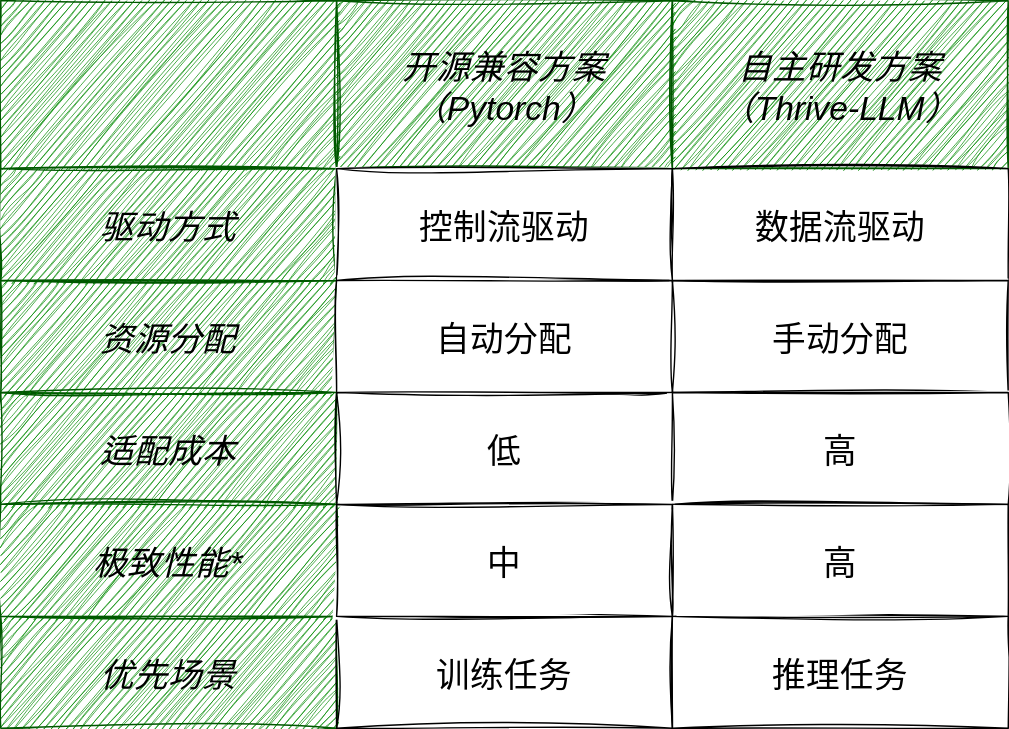
Above: doc/ai_sw_compatibility.drawio.svg in matchdiy/memo (draw.io), before the change. Source tidied: cells renumbered, new cells last; positions are measured from the earlier drawing's top-left corner, leaving out a move shared by most shapes.
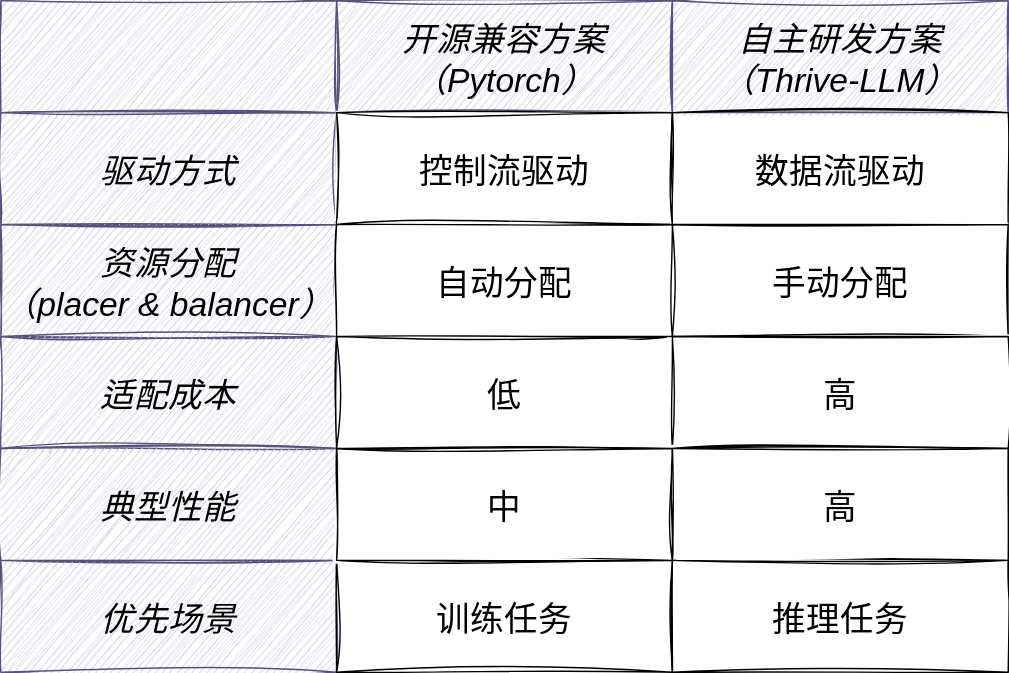
The same file after the commit.

Diff of the diagram source:
```diff
@@ -2,16 +2,16 @@
   <root>
     <mxCell id="0" />
     <mxCell id="1" parent="0" />
-    <mxCell id="2" style="rounded=0;fontSize=24;sketch=1;curveFitting=1;jiggle=2;fillColor=#008a00;fontColor=default;strokeColor=#005700;fontStyle=2;" parent="1" vertex="1">
-      <mxGeometry width="240" height="120" as="geometry" />
+    <mxCell id="2" style="rounded=0;fontSize=24;sketch=1;curveFitting=1;jiggle=2;fillColor=#d0cee2;strokeColor=#56517e;fontStyle=2;" parent="1" vertex="1">
+      <mxGeometry y="40" width="240" height="80" as="geometry" />
     </mxCell>
-    <mxCell id="3" value="开源兼容方案&#10;（Pytorch）" style="rounded=0;fontSize=24;sketch=1;curveFitting=1;jiggle=2;fillColor=#008a00;fontColor=default;strokeColor=#005700;fontStyle=2;" parent="1" vertex="1">
-      <mxGeometry x="240" width="240" height="120" as="geometry" />
+    <mxCell id="3" value="开源兼容方案&#10;（Pytorch）" style="rounded=0;fontSize=24;sketch=1;curveFitting=1;jiggle=2;fillColor=#d0cee2;strokeColor=#56517e;fontStyle=2;" parent="1" vertex="1">
+      <mxGeometry x="240" y="40" width="240" height="80" as="geometry" />
     </mxCell>
-    <mxCell id="4" value="自主研发方案&#10;（Thrive-LLM）" style="rounded=0;fontSize=24;sketch=1;curveFitting=1;jiggle=2;fillColor=#008a00;fontColor=default;strokeColor=#005700;fontStyle=2;" parent="1" vertex="1">
-      <mxGeometry x="480" width="240" height="120" as="geometry" />
+    <mxCell id="4" value="自主研发方案&#10;（Thrive-LLM）" style="rounded=0;fontSize=24;sketch=1;curveFitting=1;jiggle=2;fillColor=#d0cee2;strokeColor=#56517e;fontStyle=2;" parent="1" vertex="1">
+      <mxGeometry x="480" y="40" width="240" height="80" as="geometry" />
     </mxCell>
-    <mxCell id="5" value="驱动方式" style="rounded=0;fontSize=24;sketch=1;curveFitting=1;jiggle=2;fillColor=#008a00;fontColor=default;strokeColor=#005700;fontStyle=2;" parent="1" vertex="1">
+    <mxCell id="5" value="驱动方式" style="rounded=0;fontSize=24;sketch=1;curveFitting=1;jiggle=2;fillColor=#d0cee2;strokeColor=#56517e;fontStyle=2;" parent="1" vertex="1">
       <mxGeometry y="120" width="240" height="80" as="geometry" />
     </mxCell>
     <mxCell id="6" value="控制流驱动" style="rounded=0;fontSize=24;sketch=1;curveFitting=1;jiggle=2;fontColor=default;" parent="1" vertex="1">
@@ -20,7 +20,7 @@
     <mxCell id="7" value="数据流驱动" style="rounded=0;fontSize=24;sketch=1;curveFitting=1;jiggle=2;fontColor=default;" parent="1" vertex="1">
       <mxGeometry x="480" y="120" width="240" height="80" as="geometry" />
     </mxCell>
-    <mxCell id="8" value="资源分配" style="rounded=0;fontSize=24;sketch=1;curveFitting=1;jiggle=2;fillColor=#008a00;fontColor=default;strokeColor=#005700;fontStyle=2;" parent="1" vertex="1">
+    <mxCell id="8" value="资源分配&#10;（placer &amp; balancer）" style="rounded=0;fontSize=24;sketch=1;curveFitting=1;jiggle=2;fillColor=#d0cee2;strokeColor=#56517e;fontStyle=2;" parent="1" vertex="1">
       <mxGeometry y="200" width="240" height="80" as="geometry" />
     </mxCell>
     <mxCell id="9" value="自动分配" style="rounded=0;fontSize=24;sketch=1;curveFitting=1;jiggle=2;fontColor=default;" parent="1" vertex="1">
@@ -29,7 +29,7 @@
     <mxCell id="10" value="手动分配" style="rounded=0;fontSize=24;sketch=1;curveFitting=1;jiggle=2;fontColor=default;" parent="1" vertex="1">
       <mxGeometry x="480" y="200" width="240" height="80" as="geometry" />
     </mxCell>
-    <mxCell id="11" value="优先场景" style="rounded=0;fontSize=24;sketch=1;curveFitting=1;jiggle=2;fillColor=#008a00;fontColor=default;strokeColor=#005700;fontStyle=2;" parent="1" vertex="1">
+    <mxCell id="11" value="优先场景" style="rounded=0;fontSize=24;sketch=1;curveFitting=1;jiggle=2;fillColor=#d0cee2;strokeColor=#56517e;fontStyle=2;" parent="1" vertex="1">
       <mxGeometry y="440" width="240" height="80" as="geometry" />
     </mxCell>
     <mxCell id="12" value="训练任务" style="rounded=0;fontSize=24;sketch=1;curveFitting=1;jiggle=2;fontColor=default;" parent="1" vertex="1">
@@ -38,7 +38,7 @@
     <mxCell id="13" value="推理任务" style="rounded=0;fontSize=24;sketch=1;curveFitting=1;jiggle=2;fontColor=default;" parent="1" vertex="1">
       <mxGeometry x="480" y="440" width="240" height="80" as="geometry" />
     </mxCell>
-    <mxCell id="14" value="适配成本" style="rounded=0;fontSize=24;sketch=1;curveFitting=1;jiggle=2;fillColor=#008a00;fontColor=default;strokeColor=#005700;fontStyle=2;" parent="1" vertex="1">
+    <mxCell id="14" value="适配成本" style="rounded=0;fontSize=24;sketch=1;curveFitting=1;jiggle=2;fillColor=#d0cee2;strokeColor=#56517e;fontStyle=2;" parent="1" vertex="1">
       <mxGeometry y="280" width="240" height="80" as="geometry" />
     </mxCell>
     <mxCell id="15" value="低" style="rounded=0;fontSize=24;sketch=1;curveFitting=1;jiggle=2;fontColor=default;" parent="1" vertex="1">
@@ -47,7 +47,7 @@
     <mxCell id="16" value="高" style="rounded=0;fontSize=24;sketch=1;curveFitting=1;jiggle=2;fontColor=default;" parent="1" vertex="1">
       <mxGeometry x="480" y="280" width="240" height="80" as="geometry" />
     </mxCell>
-    <mxCell id="17" value="极致性能*" style="rounded=0;fontSize=24;sketch=1;curveFitting=1;jiggle=2;fillColor=#008a00;fontColor=default;strokeColor=#005700;fontStyle=2;" parent="1" vertex="1">
+    <mxCell id="17" value="典型性能" style="rounded=0;fontSize=24;sketch=1;curveFitting=1;jiggle=2;fillColor=#d0cee2;strokeColor=#56517e;fontStyle=2;" parent="1" vertex="1">
       <mxGeometry y="360" width="240" height="80" as="geometry" />
     </mxCell>
     <mxCell id="18" value="中" style="rounded=0;fontSize=24;sketch=1;curveFitting=1;jiggle=2;fontColor=default;" parent="1" vertex="1">
```
